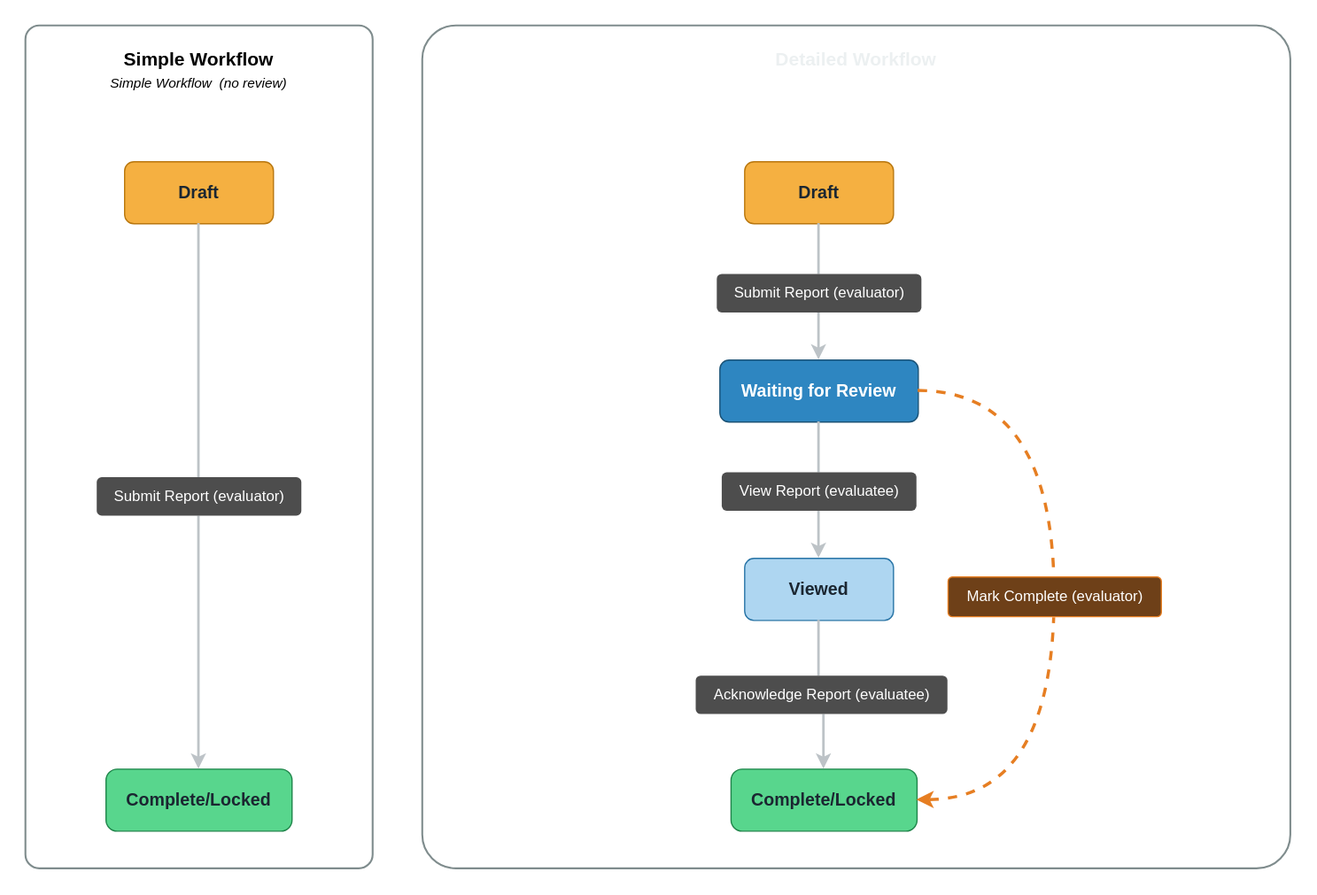
This is static/img/observation-workflow-formal.svg from hoc-stateeval/stateeval-help, a draw.io export, as it was before one commit. Source tidied: cells renumbered, new cells last; positions are measured from the earlier drawing's top-left corner, leaving out a move shared by most shapes.
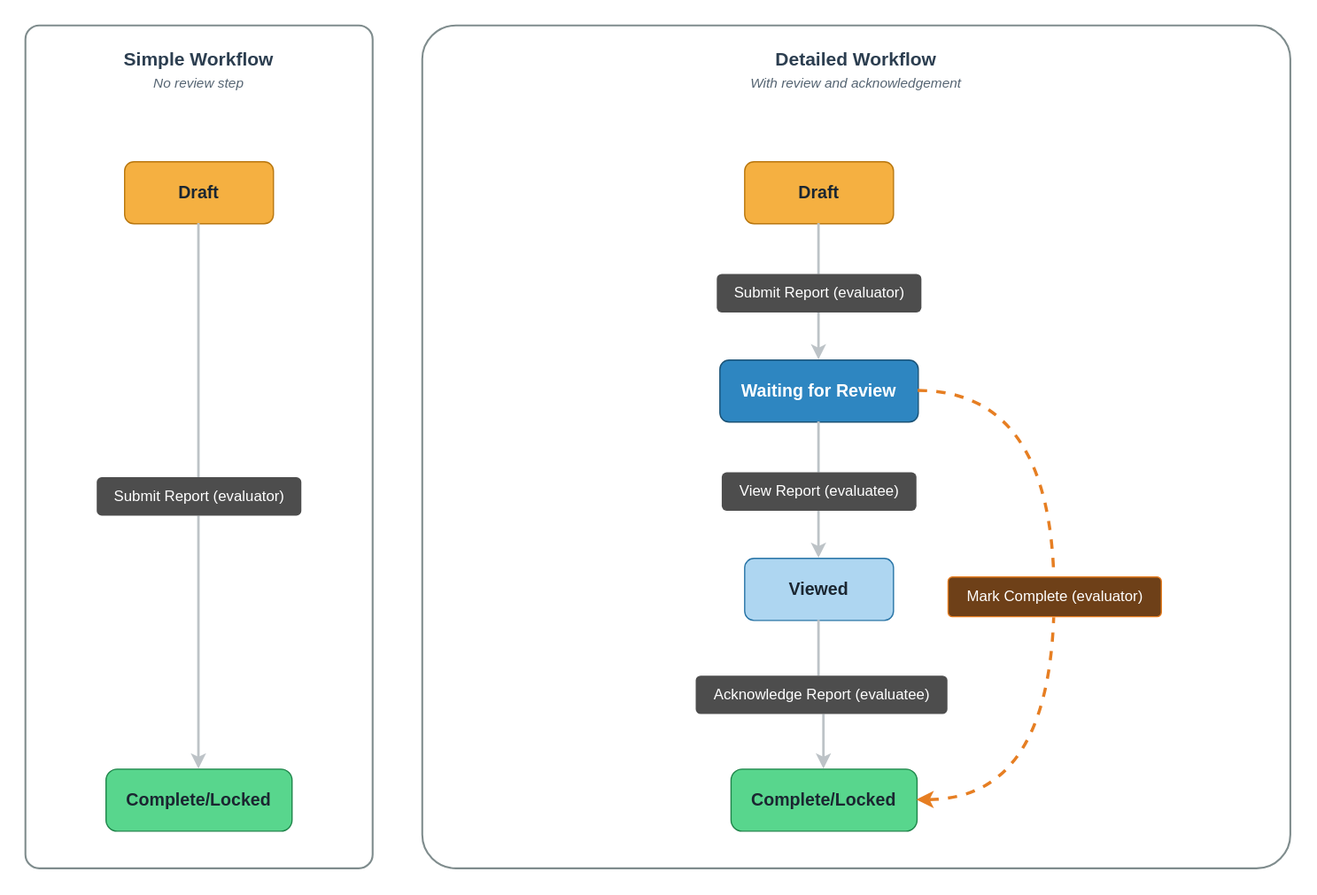
The same file after the commit.

Commit message:
Update observation workflow SVG diagram

What changed in the source:
```diff
@@ -5,10 +5,10 @@
     <mxCell id="2" style="rounded=1;whiteSpace=wrap;html=1;fillColor=none;strokeColor=#7F8C8D;strokeWidth=1.5;dashed=0;arcSize=4;" parent="1" vertex="1">
       <mxGeometry width="280" height="680" as="geometry" />
     </mxCell>
-    <mxCell id="3" value="&lt;font style=&quot;color: light-dark(rgb(0, 0, 0), rgb(0, 0, 0));&quot;&gt;Simple Workflow&lt;/font&gt;" style="text;html=1;strokeColor=none;fillColor=none;align=center;verticalAlign=middle;whiteSpace=wrap;rounded=0;fontSize=15;fontStyle=1;fontColor=#ECF0F1;" parent="1" vertex="1">
+    <mxCell id="3" value="Simple Workflow" style="text;html=1;strokeColor=none;fillColor=none;align=center;verticalAlign=middle;whiteSpace=wrap;rounded=0;fontSize=15;fontStyle=1;fontColor=#2C3E50;" parent="1" vertex="1">
       <mxGeometry x="20" y="15" width="240" height="24" as="geometry" />
     </mxCell>
-    <mxCell id="4" value="&lt;font style=&quot;color: light-dark(rgb(0, 0, 0), rgb(255, 255, 255));&quot;&gt;Simple Workflow&amp;nbsp; (no review)&lt;/font&gt;" style="text;html=1;strokeColor=none;fillColor=none;align=center;verticalAlign=middle;whiteSpace=wrap;rounded=0;fontSize=11;fontStyle=2;fontColor=#95A5A6;" parent="1" vertex="1">
+    <mxCell id="4" value="No review step" style="text;html=1;strokeColor=none;fillColor=none;align=center;verticalAlign=middle;whiteSpace=wrap;rounded=0;fontSize=11;fontStyle=2;fontColor=#566573;" parent="1" vertex="1">
       <mxGeometry x="20" y="38" width="240" height="18" as="geometry" />
     </mxCell>
     <mxCell id="5" value="Draft" style="rounded=1;whiteSpace=wrap;html=1;fillColor=#F5B041;strokeColor=#B9770E;fontColor=#1B2631;fontSize=14;fontStyle=1;" parent="1" vertex="1">
@@ -23,10 +23,10 @@
     <mxCell id="8" style="rounded=1;whiteSpace=wrap;html=1;fillColor=none;strokeColor=#7F8C8D;strokeWidth=1.5;dashed=0;arcSize=4;" parent="1" vertex="1">
       <mxGeometry x="320" width="700" height="680" as="geometry" />
     </mxCell>
-    <mxCell id="9" value="Detailed Workflow" style="text;html=1;strokeColor=none;fillColor=none;align=center;verticalAlign=middle;whiteSpace=wrap;rounded=0;fontSize=15;fontStyle=1;fontColor=#ECF0F1;" parent="1" vertex="1">
+    <mxCell id="9" value="Detailed Workflow" style="text;html=1;strokeColor=none;fillColor=none;align=center;verticalAlign=middle;whiteSpace=wrap;rounded=0;fontSize=15;fontStyle=1;fontColor=#2C3E50;" parent="1" vertex="1">
       <mxGeometry x="340" y="15" width="660" height="24" as="geometry" />
     </mxCell>
-    <mxCell id="10" value="&lt;font style=&quot;color: light-dark(rgb(255, 255, 255), rgb(255, 255, 255));&quot;&gt;Formal Workflow - with review and acknowledgement&lt;/font&gt;" style="text;html=1;strokeColor=none;fillColor=none;align=center;verticalAlign=middle;whiteSpace=wrap;rounded=0;fontSize=11;fontStyle=2;fontColor=#95A5A6;" parent="1" vertex="1">
+    <mxCell id="10" value="With review and acknowledgement" style="text;html=1;strokeColor=none;fillColor=none;align=center;verticalAlign=middle;whiteSpace=wrap;rounded=0;fontSize=11;fontStyle=2;fontColor=#566573;" parent="1" vertex="1">
       <mxGeometry x="340" y="38" width="660" height="18" as="geometry" />
     </mxCell>
     <mxCell id="11" value="Draft" style="rounded=1;whiteSpace=wrap;html=1;fillColor=#F5B041;strokeColor=#B9770E;fontColor=#1B2631;fontSize=14;fontStyle=1;" parent="1" vertex="1">
```
